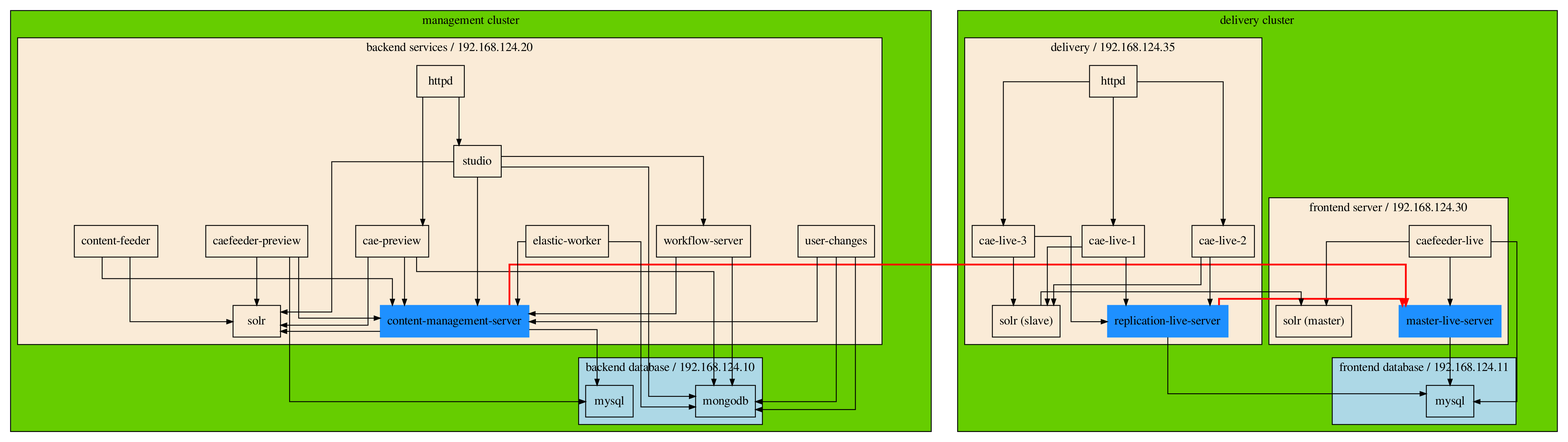
Earlier version of the Graphviz export setup.png (bodsch/coremedia-environment). Its source is kept beside it as setup.dot.
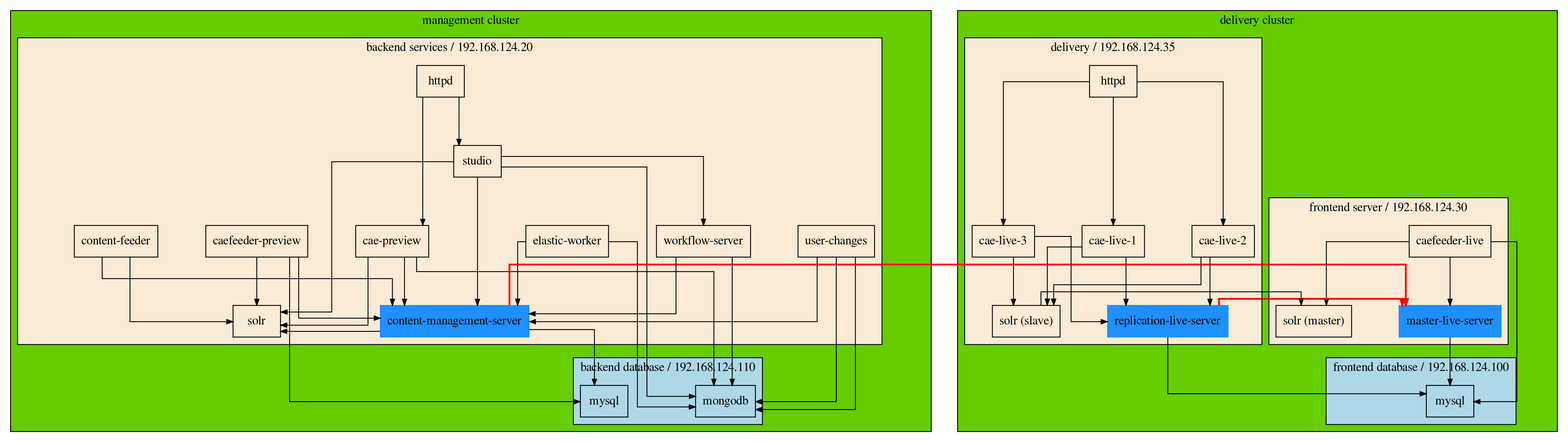
After the commit.

The edit, as a diff of the source:
```diff
@@ -24,7 +24,7 @@
 
     subgraph cluster_backend_dba {
 
-      label    = "backend database / 192.168.124.10"
+      label    = "backend database / 192.168.124.110"
       bgcolor  = lightblue
 
       mysql_be        [ label = "mysql" ]
@@ -82,7 +82,7 @@
 
     subgraph cluster_database_fe {
 
-      label    = "frontend database / 192.168.124.11"
+      label    = "frontend database / 192.168.124.100"
       bgcolor  = lightblue
 
       mysql_fe         [ label = "mysql" ]
```
